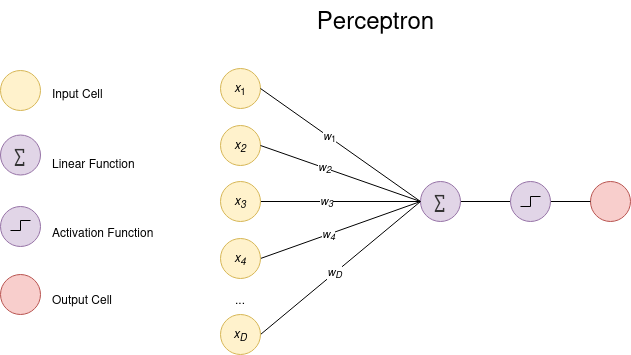
gabdourado/AI keeps this draw.io diagram as Neural-Networks/Architectures/Perceptron.png. Above is the earlier version. Source tidied: cells renumbered, new cells last; positions are measured from the earlier drawing's top-left corner, leaving out a move shared by most shapes. Source of this version:
```xml
<mxGraphModel>
  <root>
    <mxCell id="0" />
    <mxCell id="1" parent="0" />
    <mxCell id="2" value="&lt;font style=&quot;font-size: 24px;&quot;&gt;Perceptron&lt;/font&gt;" style="text;html=1;strokeColor=none;fillColor=none;align=center;verticalAlign=middle;whiteSpace=wrap;rounded=0;shadow=1;strokeWidth=1.5;" parent="1" vertex="1">
      <mxGeometry x="182" width="387" height="30" as="geometry" />
    </mxCell>
    <mxCell id="3" style="group;" parent="1" vertex="1">
      <mxGeometry y="30" width="180" height="316" as="geometry" />
    </mxCell>
    <mxCell id="4" style="group;" parent="3" vertex="1">
      <mxGeometry y="172" width="40" height="40" as="geometry" />
    </mxCell>
    <mxCell id="5" style="ellipse;whiteSpace=wrap;html=1;strokeColor=#9673a6;fillColor=#e1d5e7;" parent="4" vertex="1">
      <mxGeometry width="40" height="40" as="geometry" />
    </mxCell>
    <mxCell id="6" style="endArrow=none;html=1;rounded=0;edgeStyle=orthogonalEdgeStyle;" parent="4" edge="1">
      <mxGeometry relative="1" as="geometry">
        <mxPoint x="10" y="24" as="sourcePoint" />
        <mxPoint x="30" y="14" as="targetPoint" />
        <Array as="points">
          <mxPoint x="20" y="24" />
        </Array>
      </mxGeometry>
    </mxCell>
    <mxCell id="7" style="group;" parent="3" vertex="1">
      <mxGeometry y="240" width="40" height="40" as="geometry" />
    </mxCell>
    <mxCell id="8" style="ellipse;whiteSpace=wrap;html=1;strokeColor=#b85450;fillColor=#f8cecc;" parent="7" vertex="1">
      <mxGeometry width="40" height="40" as="geometry" />
    </mxCell>
    <mxCell id="9" style="group;" parent="3" vertex="1">
      <mxGeometry y="36" width="40" height="40" as="geometry" />
    </mxCell>
    <mxCell id="10" style="ellipse;whiteSpace=wrap;html=1;strokeColor=#d6b656;fillColor=#fff2cc;" parent="9" vertex="1">
      <mxGeometry width="40" height="40" as="geometry" />
    </mxCell>
    <mxCell id="11" value="&lt;font style=&quot;font-size: 12px;&quot;&gt;Activation Function&lt;/font&gt;" style="text;html=1;strokeColor=none;fillColor=none;align=left;verticalAlign=middle;whiteSpace=wrap;rounded=0;shadow=1;strokeWidth=1.5;fontSize=24;" parent="3" vertex="1">
      <mxGeometry x="50" y="178" width="130" height="30" as="geometry" />
    </mxCell>
    <mxCell id="12" value="&lt;font style=&quot;font-size: 12px;&quot;&gt;Input Cell&lt;/font&gt;" style="text;html=1;strokeColor=none;fillColor=none;align=left;verticalAlign=middle;whiteSpace=wrap;rounded=0;shadow=1;strokeWidth=1.5;fontSize=24;" parent="3" vertex="1">
      <mxGeometry x="50" y="39" width="130" height="30" as="geometry" />
    </mxCell>
    <mxCell id="13" value="&lt;font style=&quot;font-size: 12px;&quot;&gt;Output Cell&lt;/font&gt;" style="text;html=1;strokeColor=none;fillColor=none;align=left;verticalAlign=middle;whiteSpace=wrap;rounded=0;shadow=1;strokeWidth=1.5;fontSize=24;" parent="3" vertex="1">
      <mxGeometry x="50" y="245" width="130" height="30" as="geometry" />
    </mxCell>
    <mxCell id="14" style="group;" parent="3" vertex="1">
      <mxGeometry y="100.5" width="40" height="40" as="geometry" />
    </mxCell>
    <mxCell id="15" value="&lt;font style=&quot;font-size: 19px; color: rgb(51, 51, 51);&quot;&gt;∑&lt;/font&gt;" style="ellipse;whiteSpace=wrap;html=1;strokeColor=#9673a6;fillColor=#e1d5e7;" parent="14" vertex="1">
      <mxGeometry width="40" height="40" as="geometry" />
    </mxCell>
    <mxCell id="16" value="&lt;font style=&quot;font-size: 12px;&quot;&gt;Linear Function&lt;/font&gt;" style="text;html=1;strokeColor=none;fillColor=none;align=left;verticalAlign=middle;whiteSpace=wrap;rounded=0;shadow=1;strokeWidth=1.5;fontSize=24;" parent="3" vertex="1">
      <mxGeometry x="50" y="109" width="130" height="30" as="geometry" />
    </mxCell>
    <mxCell id="17" value="&lt;i&gt;x&lt;/i&gt;&lt;sub&gt;1&lt;/sub&gt;" style="ellipse;whiteSpace=wrap;html=1;strokeColor=#d6b656;fillColor=#fff2cc;" parent="1" vertex="1">
      <mxGeometry x="220" y="64" width="40" height="40" as="geometry" />
    </mxCell>
    <mxCell id="18" value="&lt;i&gt;x&lt;sub&gt;2&lt;/sub&gt;&lt;/i&gt;" style="ellipse;whiteSpace=wrap;html=1;strokeColor=#d6b656;fillColor=#fff2cc;" parent="1" vertex="1">
      <mxGeometry x="220" y="121" width="40" height="40" as="geometry" />
    </mxCell>
    <mxCell id="19" style="rounded=0;jettySize=auto;html=1;exitX=1;exitY=0.5;exitDx=0;exitDy=0;endArrow=none;endFill=0;entryX=0;entryY=0.5;entryDx=0;entryDy=0;" parent="1" edge="1" source="21" target="29">
      <mxGeometry relative="1" as="geometry" />
    </mxCell>
    <mxCell id="20" value="&lt;i&gt;w&lt;sub&gt;3&lt;/sub&gt;&lt;/i&gt;" style="edgeLabel;html=1;align=center;verticalAlign=middle;" parent="19" vertex="1">
      <mxGeometry x="-0.18" y="1" relative="1" as="geometry" />
    </mxCell>
    <mxCell id="21" value="&lt;i&gt;x&lt;sub&gt;3&lt;/sub&gt;&lt;/i&gt;" style="ellipse;whiteSpace=wrap;html=1;strokeColor=#d6b656;fillColor=#fff2cc;" parent="1" vertex="1">
      <mxGeometry x="220" y="177" width="40" height="40" as="geometry" />
    </mxCell>
    <mxCell id="22" style="rounded=0;jettySize=auto;html=1;exitX=1;exitY=0.5;exitDx=0;exitDy=0;entryX=0;entryY=0.5;entryDx=0;entryDy=0;endArrow=none;endFill=0;" parent="1" edge="1" source="24" target="29">
      <mxGeometry relative="1" as="geometry" />
    </mxCell>
    <mxCell id="23" value="&lt;i&gt;w&lt;sub&gt;4&lt;/sub&gt;&lt;/i&gt;" style="edgeLabel;html=1;align=center;verticalAlign=middle;" parent="22" vertex="1">
      <mxGeometry x="-0.15" y="1" relative="1" as="geometry" />
    </mxCell>
    <mxCell id="24" value="&lt;i&gt;x&lt;sub&gt;4&lt;/sub&gt;&lt;/i&gt;" style="ellipse;whiteSpace=wrap;html=1;strokeColor=#d6b656;fillColor=#fff2cc;" parent="1" vertex="1">
      <mxGeometry x="220" y="234" width="40" height="40" as="geometry" />
    </mxCell>
    <mxCell id="25" style="rounded=0;jettySize=auto;html=1;exitX=1;exitY=0.5;exitDx=0;exitDy=0;entryX=0;entryY=0.5;entryDx=0;entryDy=0;endArrow=none;endFill=0;" parent="1" edge="1" source="27" target="29">
      <mxGeometry relative="1" as="geometry" />
    </mxCell>
    <mxCell id="26" value="&lt;i&gt;w&lt;sub&gt;D&lt;/sub&gt;&lt;/i&gt;" style="edgeLabel;html=1;align=center;verticalAlign=middle;" parent="25" vertex="1">
      <mxGeometry x="-0.07" y="1" relative="1" as="geometry" />
    </mxCell>
    <mxCell id="27" value="&lt;i&gt;x&lt;sub&gt;D&lt;/sub&gt;&lt;/i&gt;" style="ellipse;whiteSpace=wrap;html=1;strokeColor=#d6b656;fillColor=#fff2cc;" parent="1" vertex="1">
      <mxGeometry x="220" y="310" width="40" height="40" as="geometry" />
    </mxCell>
    <mxCell id="28" style="edgeStyle=orthogonalEdgeStyle;rounded=0;jettySize=auto;html=1;exitX=1;exitY=0.5;exitDx=0;exitDy=0;entryX=0;entryY=0.5;entryDx=0;entryDy=0;endArrow=none;endFill=0;" parent="1" edge="1" source="29" target="36">
      <mxGeometry relative="1" as="geometry" />
    </mxCell>
    <mxCell id="29" value="&lt;font style=&quot;font-size: 19px; color: rgb(51, 51, 51);&quot;&gt;∑&lt;/font&gt;" style="ellipse;whiteSpace=wrap;html=1;strokeColor=#9673a6;fillColor=#E1D5E7;" parent="1" vertex="1">
      <mxGeometry x="420" y="177" width="40" height="40" as="geometry" />
    </mxCell>
    <mxCell id="30" style="ellipse;whiteSpace=wrap;html=1;strokeColor=#b85450;fillColor=#f8cecc;" parent="1" vertex="1">
      <mxGeometry x="590" y="177" width="40" height="40" as="geometry" />
    </mxCell>
    <mxCell id="31" style="endArrow=none;html=1;rounded=0;exitX=1;exitY=0.5;exitDx=0;exitDy=0;entryX=0;entryY=0.5;entryDx=0;entryDy=0;" parent="1" edge="1" source="17" target="29">
      <mxGeometry relative="1" as="geometry" />
    </mxCell>
    <mxCell id="32" value="&lt;i&gt;w&lt;/i&gt;&lt;sub&gt;1&lt;/sub&gt;" style="edgeLabel;html=1;align=center;verticalAlign=middle;" parent="31" vertex="1">
      <mxGeometry x="-0.14" y="1" relative="1" as="geometry" />
    </mxCell>
    <mxCell id="33" style="endArrow=none;html=1;rounded=0;exitX=1;exitY=0.5;exitDx=0;exitDy=0;entryX=0;entryY=0.5;entryDx=0;entryDy=0;" parent="1" edge="1" source="18" target="29">
      <mxGeometry relative="1" as="geometry" />
    </mxCell>
    <mxCell id="34" value="&lt;i&gt;w&lt;sub&gt;2&lt;/sub&gt;&lt;/i&gt;" style="edgeLabel;html=1;align=center;verticalAlign=middle;" parent="33" vertex="1">
      <mxGeometry x="-0.2" y="1" relative="1" as="geometry" />
    </mxCell>
    <mxCell id="35" style="edgeStyle=orthogonalEdgeStyle;rounded=0;jettySize=auto;html=1;exitX=1;exitY=0.5;exitDx=0;exitDy=0;entryX=0;entryY=0.5;entryDx=0;entryDy=0;endArrow=none;endFill=0;" parent="1" edge="1" source="36" target="30">
      <mxGeometry relative="1" as="geometry" />
    </mxCell>
    <mxCell id="36" style="ellipse;whiteSpace=wrap;html=1;strokeColor=#9673a6;fillColor=#E1D5E7;" parent="1" vertex="1">
      <mxGeometry x="510" y="177" width="40" height="40" as="geometry" />
    </mxCell>
    <mxCell id="37" value="..." style="text;html=1;whiteSpace=wrap;strokeColor=none;fillColor=none;align=center;verticalAlign=middle;rounded=0;" parent="1" vertex="1">
      <mxGeometry x="210" y="280" width="60" height="30" as="geometry" />
    </mxCell>
    <mxCell id="38" style="endArrow=none;html=1;rounded=0;edgeStyle=orthogonalEdgeStyle;" parent="1" edge="1">
      <mxGeometry relative="1" as="geometry">
        <mxPoint x="520" y="202" as="sourcePoint" />
        <mxPoint x="540" y="192" as="targetPoint" />
        <Array as="points">
          <mxPoint x="530" y="202" />
        </Array>
      </mxGeometry>
    </mxCell>
  </root>
</mxGraphModel>
```
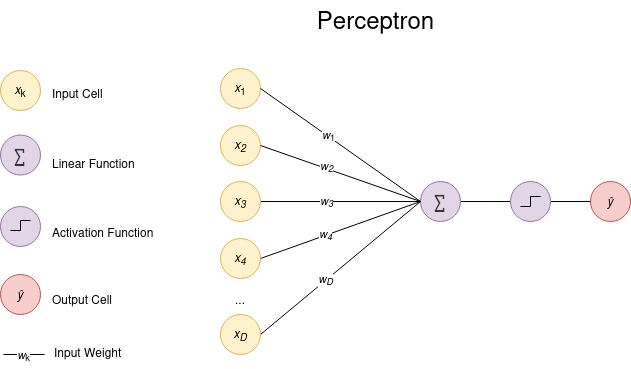
The same file after the commit.

Commit message:
[docs]: perceptron architecture update

Diff of the diagram source:
```diff
@@ -5,54 +5,6 @@
     <mxCell id="2" value="&lt;font style=&quot;font-size: 24px;&quot;&gt;Perceptron&lt;/font&gt;" style="text;html=1;strokeColor=none;fillColor=none;align=center;verticalAlign=middle;whiteSpace=wrap;rounded=0;shadow=1;strokeWidth=1.5;" parent="1" vertex="1">
       <mxGeometry x="182" width="387" height="30" as="geometry" />
     </mxCell>
-    <mxCell id="3" style="group;" parent="1" vertex="1">
-      <mxGeometry y="30" width="180" height="316" as="geometry" />
-    </mxCell>
-    <mxCell id="4" style="group;" parent="3" vertex="1">
-      <mxGeometry y="172" width="40" height="40" as="geometry" />
-    </mxCell>
-    <mxCell id="5" style="ellipse;whiteSpace=wrap;html=1;strokeColor=#9673a6;fillColor=#e1d5e7;" parent="4" vertex="1">
-      <mxGeometry width="40" height="40" as="geometry" />
-    </mxCell>
-    <mxCell id="6" style="endArrow=none;html=1;rounded=0;edgeStyle=orthogonalEdgeStyle;" parent="4" edge="1">
-      <mxGeometry relative="1" as="geometry">
-        <mxPoint x="10" y="24" as="sourcePoint" />
-        <mxPoint x="30" y="14" as="targetPoint" />
-        <Array as="points">
-          <mxPoint x="20" y="24" />
-        </Array>
-      </mxGeometry>
-    </mxCell>
-    <mxCell id="7" style="group;" parent="3" vertex="1">
-      <mxGeometry y="240" width="40" height="40" as="geometry" />
-    </mxCell>
-    <mxCell id="8" style="ellipse;whiteSpace=wrap;html=1;strokeColor=#b85450;fillColor=#f8cecc;" parent="7" vertex="1">
-      <mxGeometry width="40" height="40" as="geometry" />
-    </mxCell>
-    <mxCell id="9" style="group;" parent="3" vertex="1">
-      <mxGeometry y="36" width="40" height="40" as="geometry" />
-    </mxCell>
-    <mxCell id="10" style="ellipse;whiteSpace=wrap;html=1;strokeColor=#d6b656;fillColor=#fff2cc;" parent="9" vertex="1">
-      <mxGeometry width="40" height="40" as="geometry" />
-    </mxCell>
-    <mxCell id="11" value="&lt;font style=&quot;font-size: 12px;&quot;&gt;Activation Function&lt;/font&gt;" style="text;html=1;strokeColor=none;fillColor=none;align=left;verticalAlign=middle;whiteSpace=wrap;rounded=0;shadow=1;strokeWidth=1.5;fontSize=24;" parent="3" vertex="1">
-      <mxGeometry x="50" y="178" width="130" height="30" as="geometry" />
-    </mxCell>
-    <mxCell id="12" value="&lt;font style=&quot;font-size: 12px;&quot;&gt;Input Cell&lt;/font&gt;" style="text;html=1;strokeColor=none;fillColor=none;align=left;verticalAlign=middle;whiteSpace=wrap;rounded=0;shadow=1;strokeWidth=1.5;fontSize=24;" parent="3" vertex="1">
-      <mxGeometry x="50" y="39" width="130" height="30" as="geometry" />
-    </mxCell>
-    <mxCell id="13" value="&lt;font style=&quot;font-size: 12px;&quot;&gt;Output Cell&lt;/font&gt;" style="text;html=1;strokeColor=none;fillColor=none;align=left;verticalAlign=middle;whiteSpace=wrap;rounded=0;shadow=1;strokeWidth=1.5;fontSize=24;" parent="3" vertex="1">
-      <mxGeometry x="50" y="245" width="130" height="30" as="geometry" />
-    </mxCell>
-    <mxCell id="14" style="group;" parent="3" vertex="1">
-      <mxGeometry y="100.5" width="40" height="40" as="geometry" />
-    </mxCell>
-    <mxCell id="15" value="&lt;font style=&quot;font-size: 19px; color: rgb(51, 51, 51);&quot;&gt;∑&lt;/font&gt;" style="ellipse;whiteSpace=wrap;html=1;strokeColor=#9673a6;fillColor=#e1d5e7;" parent="14" vertex="1">
-      <mxGeometry width="40" height="40" as="geometry" />
-    </mxCell>
-    <mxCell id="16" value="&lt;font style=&quot;font-size: 12px;&quot;&gt;Linear Function&lt;/font&gt;" style="text;html=1;strokeColor=none;fillColor=none;align=left;verticalAlign=middle;whiteSpace=wrap;rounded=0;shadow=1;strokeWidth=1.5;fontSize=24;" parent="3" vertex="1">
-      <mxGeometry x="50" y="109" width="130" height="30" as="geometry" />
-    </mxCell>
     <mxCell id="17" value="&lt;i&gt;x&lt;/i&gt;&lt;sub&gt;1&lt;/sub&gt;" style="ellipse;whiteSpace=wrap;html=1;strokeColor=#d6b656;fillColor=#fff2cc;" parent="1" vertex="1">
       <mxGeometry x="220" y="64" width="40" height="40" as="geometry" />
     </mxCell>
@@ -72,7 +24,9 @@
       <mxGeometry relative="1" as="geometry" />
     </mxCell>
     <mxCell id="23" value="&lt;i&gt;w&lt;sub&gt;4&lt;/sub&gt;&lt;/i&gt;" style="edgeLabel;html=1;align=center;verticalAlign=middle;" parent="22" vertex="1">
-      <mxGeometry x="-0.15" y="1" relative="1" as="geometry" />
+      <mxGeometry x="-0.15" y="1" relative="1" as="geometry">
+        <mxPoint x="-3" y="1" as="offset" />
+      </mxGeometry>
     </mxCell>
     <mxCell id="24" value="&lt;i&gt;x&lt;sub&gt;4&lt;/sub&gt;&lt;/i&gt;" style="ellipse;whiteSpace=wrap;html=1;strokeColor=#d6b656;fillColor=#fff2cc;" parent="1" vertex="1">
       <mxGeometry x="220" y="234" width="40" height="40" as="geometry" />
@@ -81,7 +35,9 @@
       <mxGeometry relative="1" as="geometry" />
     </mxCell>
     <mxCell id="26" value="&lt;i&gt;w&lt;sub&gt;D&lt;/sub&gt;&lt;/i&gt;" style="edgeLabel;html=1;align=center;verticalAlign=middle;" parent="25" vertex="1">
-      <mxGeometry x="-0.07" y="1" relative="1" as="geometry" />
+      <mxGeometry x="-0.07" y="1" relative="1" as="geometry">
+        <mxPoint x="-9" y="7" as="offset" />
+      </mxGeometry>
     </mxCell>
     <mxCell id="27" value="&lt;i&gt;x&lt;sub&gt;D&lt;/sub&gt;&lt;/i&gt;" style="ellipse;whiteSpace=wrap;html=1;strokeColor=#d6b656;fillColor=#fff2cc;" parent="1" vertex="1">
       <mxGeometry x="220" y="310" width="40" height="40" as="geometry" />
@@ -92,20 +48,24 @@
     <mxCell id="29" value="&lt;font style=&quot;font-size: 19px; color: rgb(51, 51, 51);&quot;&gt;∑&lt;/font&gt;" style="ellipse;whiteSpace=wrap;html=1;strokeColor=#9673a6;fillColor=#E1D5E7;" parent="1" vertex="1">
       <mxGeometry x="420" y="177" width="40" height="40" as="geometry" />
     </mxCell>
-    <mxCell id="30" style="ellipse;whiteSpace=wrap;html=1;strokeColor=#b85450;fillColor=#f8cecc;" parent="1" vertex="1">
+    <mxCell id="30" value="&lt;i&gt;ŷ&lt;/i&gt;" style="ellipse;whiteSpace=wrap;html=1;strokeColor=#b85450;fillColor=#f8cecc;" parent="1" vertex="1">
       <mxGeometry x="590" y="177" width="40" height="40" as="geometry" />
     </mxCell>
     <mxCell id="31" style="endArrow=none;html=1;rounded=0;exitX=1;exitY=0.5;exitDx=0;exitDy=0;entryX=0;entryY=0.5;entryDx=0;entryDy=0;" parent="1" edge="1" source="17" target="29">
       <mxGeometry relative="1" as="geometry" />
     </mxCell>
     <mxCell id="32" value="&lt;i&gt;w&lt;/i&gt;&lt;sub&gt;1&lt;/sub&gt;" style="edgeLabel;html=1;align=center;verticalAlign=middle;" parent="31" vertex="1">
-      <mxGeometry x="-0.14" y="1" relative="1" as="geometry" />
+      <mxGeometry x="-0.14" y="1" relative="1" as="geometry">
+        <mxPoint x="-2" y="-1" as="offset" />
+      </mxGeometry>
     </mxCell>
     <mxCell id="33" style="endArrow=none;html=1;rounded=0;exitX=1;exitY=0.5;exitDx=0;exitDy=0;entryX=0;entryY=0.5;entryDx=0;entryDy=0;" parent="1" edge="1" source="18" target="29">
       <mxGeometry relative="1" as="geometry" />
     </mxCell>
     <mxCell id="34" value="&lt;i&gt;w&lt;sub&gt;2&lt;/sub&gt;&lt;/i&gt;" style="edgeLabel;html=1;align=center;verticalAlign=middle;" parent="33" vertex="1">
-      <mxGeometry x="-0.2" y="1" relative="1" as="geometry" />
+      <mxGeometry x="-0.2" y="1" relative="1" as="geometry">
+        <mxPoint x="2" y="-1" as="offset" />
+      </mxGeometry>
     </mxCell>
     <mxCell id="35" style="edgeStyle=orthogonalEdgeStyle;rounded=0;jettySize=auto;html=1;exitX=1;exitY=0.5;exitDx=0;exitDy=0;entryX=0;entryY=0.5;entryDx=0;entryDy=0;endArrow=none;endFill=0;" parent="1" edge="1" source="36" target="30">
       <mxGeometry relative="1" as="geometry" />
@@ -125,5 +85,50 @@
         </Array>
       </mxGeometry>
     </mxCell>
+    <mxCell id="11" value="&lt;font style=&quot;font-size: 12px;&quot;&gt;Activation Function&lt;/font&gt;" style="text;html=1;strokeColor=none;fillColor=none;align=left;verticalAlign=middle;whiteSpace=wrap;rounded=0;shadow=1;strokeWidth=1.5;fontSize=24;" parent="1" vertex="1">
+      <mxGeometry x="50" y="208" width="130" height="30" as="geometry" />
+    </mxCell>
+    <mxCell id="12" value="&lt;font style=&quot;font-size: 12px;&quot;&gt;Input Cell&lt;/font&gt;" style="text;html=1;strokeColor=none;fillColor=none;align=left;verticalAlign=middle;whiteSpace=wrap;rounded=0;shadow=1;strokeWidth=1.5;fontSize=24;" parent="1" vertex="1">
+      <mxGeometry x="50" y="69" width="130" height="30" as="geometry" />
+    </mxCell>
+    <mxCell id="13" value="&lt;font style=&quot;font-size: 12px;&quot;&gt;Output Cell&lt;/font&gt;" style="text;html=1;strokeColor=none;fillColor=none;align=left;verticalAlign=middle;whiteSpace=wrap;rounded=0;shadow=1;strokeWidth=1.5;fontSize=24;" parent="1" vertex="1">
+      <mxGeometry x="50" y="275" width="130" height="30" as="geometry" />
+    </mxCell>
+    <mxCell id="16" value="&lt;font style=&quot;font-size: 12px;&quot;&gt;Linear Function&lt;/font&gt;" style="text;html=1;strokeColor=none;fillColor=none;align=left;verticalAlign=middle;whiteSpace=wrap;rounded=0;shadow=1;strokeWidth=1.5;fontSize=24;" parent="1" vertex="1">
+      <mxGeometry x="50" y="139" width="130" height="30" as="geometry" />
+    </mxCell>
+    <mxCell id="39" style="endArrow=none;html=1;rounded=0;" parent="1" edge="1">
+      <mxGeometry relative="1" as="geometry">
+        <mxPoint x="3" y="350" as="sourcePoint" />
+        <mxPoint x="44" y="350" as="targetPoint" />
+      </mxGeometry>
+    </mxCell>
+    <mxCell id="40" value="&lt;i&gt;w&lt;/i&gt;&lt;sub&gt;k&lt;/sub&gt;" style="edgeLabel;html=1;align=center;verticalAlign=middle;" parent="39" vertex="1">
+      <mxGeometry x="-0.09" relative="1" as="geometry" />
+    </mxCell>
+    <mxCell id="5" style="ellipse;whiteSpace=wrap;html=1;strokeColor=#9673a6;fillColor=#e1d5e7;" parent="1" vertex="1">
+      <mxGeometry y="202" width="40" height="40" as="geometry" />
+    </mxCell>
+    <mxCell id="6" style="endArrow=none;html=1;rounded=0;edgeStyle=orthogonalEdgeStyle;" parent="1" edge="1">
+      <mxGeometry relative="1" as="geometry">
+        <mxPoint x="10" y="226" as="sourcePoint" />
+        <mxPoint x="30" y="216" as="targetPoint" />
+        <Array as="points">
+          <mxPoint x="20" y="226" />
+        </Array>
+      </mxGeometry>
+    </mxCell>
+    <mxCell id="8" value="&lt;i&gt;ŷ&lt;/i&gt;" style="ellipse;whiteSpace=wrap;html=1;strokeColor=#b85450;fillColor=#f8cecc;" parent="1" vertex="1">
+      <mxGeometry y="270" width="40" height="40" as="geometry" />
+    </mxCell>
+    <mxCell id="10" value="&lt;i&gt;x&lt;/i&gt;&lt;sub&gt;k&lt;/sub&gt;" style="ellipse;whiteSpace=wrap;html=1;strokeColor=#d6b656;fillColor=#fff2cc;" parent="1" vertex="1">
+      <mxGeometry y="66" width="40" height="40" as="geometry" />
+    </mxCell>
+    <mxCell id="15" value="&lt;font style=&quot;font-size: 19px; color: rgb(51, 51, 51);&quot;&gt;∑&lt;/font&gt;" style="ellipse;whiteSpace=wrap;html=1;strokeColor=#9673a6;fillColor=#e1d5e7;" parent="1" vertex="1">
+      <mxGeometry y="130.5" width="40" height="40" as="geometry" />
+    </mxCell>
+    <mxCell id="41" value="&lt;font style=&quot;font-size: 12px;&quot;&gt;Input Weight&lt;/font&gt;" style="text;html=1;strokeColor=none;fillColor=none;align=left;verticalAlign=middle;whiteSpace=wrap;rounded=0;shadow=1;strokeWidth=1.5;fontSize=24;" parent="1" vertex="1">
+      <mxGeometry x="52" y="328" width="130" height="30" as="geometry" />
+    </mxCell>
   </root>
 </mxGraphModel>
```
